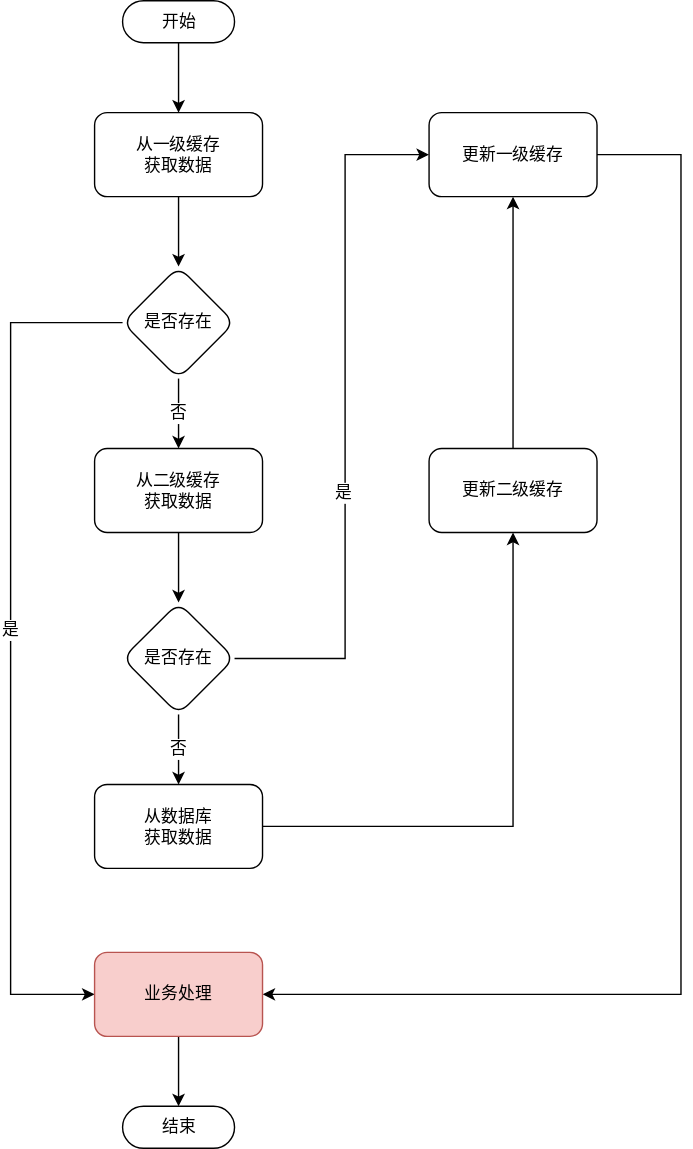
The draw.io diagram 二级缓存.drawio.svg in cdwxw/cdwxw, before a commit. Source tidied: cells renumbered, new cells last; positions are measured from the earlier drawing's top-left corner, leaving out a move shared by most shapes. Its diagram source:
```xml
<mxGraphModel>
  <root>
    <mxCell id="0" />
    <mxCell id="1" parent="0" />
    <mxCell id="2" style="edgeStyle=orthogonalEdgeStyle;rounded=0;jettySize=auto;html=1;fontFamily=Helvetica;fontSize=12;fontColor=default;" parent="1" edge="1" source="3" target="5">
      <mxGeometry relative="1" as="geometry" />
    </mxCell>
    <mxCell id="3" value="开始" style="html=1;dashed=0;whitespace=wrap;shape=mxgraph.dfd.start;rounded=1;shadow=0;glass=0;fontFamily=Helvetica;fontSize=12;fontColor=default;strokeColor=default;strokeWidth=1;fillColor=default;sketch=0;" parent="1" vertex="1">
      <mxGeometry x="80" width="80" height="30" as="geometry" />
    </mxCell>
    <mxCell id="4" style="edgeStyle=orthogonalEdgeStyle;rounded=0;jettySize=auto;html=1;fontFamily=Helvetica;fontSize=12;fontColor=default;" parent="1" edge="1" source="5" target="9">
      <mxGeometry relative="1" as="geometry" />
    </mxCell>
    <mxCell id="5" value="从一级缓存&lt;br&gt;获取数据" style="whiteSpace=wrap;html=1;dashed=0;rounded=1;shadow=0;glass=0;strokeWidth=1;sketch=0;" parent="1" vertex="1">
      <mxGeometry x="60" y="80" width="120" height="60" as="geometry" />
    </mxCell>
    <mxCell id="6" value="否" style="edgeStyle=orthogonalEdgeStyle;rounded=0;jettySize=auto;html=1;fontFamily=Helvetica;fontSize=12;fontColor=default;" parent="1" edge="1" source="9" target="11">
      <mxGeometry relative="1" as="geometry" />
    </mxCell>
    <mxCell id="7" style="edgeStyle=orthogonalEdgeStyle;rounded=0;jettySize=auto;html=1;exitX=0;exitY=0.5;exitDx=0;exitDy=0;entryX=0;entryY=0.5;entryDx=0;entryDy=0;fontFamily=Helvetica;fontSize=12;fontColor=default;" parent="1" edge="1" source="9" target="23">
      <mxGeometry relative="1" as="geometry">
        <Array as="points">
          <mxPoint y="230" />
          <mxPoint y="710" />
        </Array>
      </mxGeometry>
    </mxCell>
    <mxCell id="8" value="是" style="edgeLabel;html=1;align=center;verticalAlign=middle;fontSize=12;fontFamily=Helvetica;fontColor=default;" parent="7" vertex="1">
      <mxGeometry x="-0.03" y="-1" relative="1" as="geometry" />
    </mxCell>
    <mxCell id="9" value="是否存在" style="rhombus;whiteSpace=wrap;html=1;dashed=0;rounded=1;shadow=0;glass=0;strokeWidth=1;sketch=0;" parent="1" vertex="1">
      <mxGeometry x="80" y="190" width="80" height="80" as="geometry" />
    </mxCell>
    <mxCell id="10" style="edgeStyle=orthogonalEdgeStyle;rounded=0;jettySize=auto;html=1;fontFamily=Helvetica;fontSize=12;fontColor=default;" parent="1" edge="1" source="11" target="15">
      <mxGeometry relative="1" as="geometry" />
    </mxCell>
    <mxCell id="11" value="从二级缓存&lt;br&gt;获取数据" style="whiteSpace=wrap;html=1;dashed=0;rounded=1;shadow=0;glass=0;strokeWidth=1;sketch=0;" parent="1" vertex="1">
      <mxGeometry x="60" y="320" width="120" height="60" as="geometry" />
    </mxCell>
    <mxCell id="12" value="否" style="edgeStyle=orthogonalEdgeStyle;rounded=0;jettySize=auto;html=1;fontFamily=Helvetica;fontSize=12;fontColor=default;" parent="1" edge="1" source="15" target="17">
      <mxGeometry relative="1" as="geometry" />
    </mxCell>
    <mxCell id="13" style="edgeStyle=orthogonalEdgeStyle;rounded=0;jettySize=auto;html=1;exitX=1;exitY=0.5;exitDx=0;exitDy=0;entryX=0;entryY=0.5;entryDx=0;entryDy=0;fontFamily=Helvetica;fontSize=12;fontColor=default;" parent="1" edge="1" source="15" target="21">
      <mxGeometry relative="1" as="geometry">
        <Array as="points">
          <mxPoint x="239" y="470" />
          <mxPoint x="239" y="110" />
        </Array>
      </mxGeometry>
    </mxCell>
    <mxCell id="14" value="是" style="edgeLabel;html=1;align=center;verticalAlign=middle;fontSize=12;fontFamily=Helvetica;fontColor=default;" parent="13" vertex="1">
      <mxGeometry x="-0.21" y="2" relative="1" as="geometry" />
    </mxCell>
    <mxCell id="15" value="是否存在" style="rhombus;whiteSpace=wrap;html=1;dashed=0;rounded=1;shadow=0;glass=0;strokeWidth=1;sketch=0;" parent="1" vertex="1">
      <mxGeometry x="80" y="430" width="80" height="80" as="geometry" />
    </mxCell>
    <mxCell id="16" style="edgeStyle=orthogonalEdgeStyle;rounded=0;jettySize=auto;html=1;fontFamily=Helvetica;fontSize=12;fontColor=default;" parent="1" edge="1" source="17" target="19">
      <mxGeometry relative="1" as="geometry" />
    </mxCell>
    <mxCell id="17" value="从数据库&lt;br&gt;获取数据" style="whiteSpace=wrap;html=1;dashed=0;rounded=1;shadow=0;glass=0;strokeWidth=1;sketch=0;" parent="1" vertex="1">
      <mxGeometry x="60" y="560" width="120" height="60" as="geometry" />
    </mxCell>
    <mxCell id="18" style="edgeStyle=orthogonalEdgeStyle;rounded=0;jettySize=auto;html=1;fontFamily=Helvetica;fontSize=12;fontColor=default;" parent="1" edge="1" source="19" target="21">
      <mxGeometry relative="1" as="geometry" />
    </mxCell>
    <mxCell id="19" value="更新二级缓存" style="whiteSpace=wrap;html=1;dashed=0;rounded=1;shadow=0;glass=0;strokeWidth=1;sketch=0;" parent="1" vertex="1">
      <mxGeometry x="299" y="320" width="120" height="60" as="geometry" />
    </mxCell>
    <mxCell id="20" style="edgeStyle=orthogonalEdgeStyle;rounded=0;jettySize=auto;html=1;exitX=1;exitY=0.5;exitDx=0;exitDy=0;entryX=1;entryY=0.5;entryDx=0;entryDy=0;fontFamily=Helvetica;fontSize=12;fontColor=default;" parent="1" edge="1" source="21" target="23">
      <mxGeometry relative="1" as="geometry">
        <Array as="points">
          <mxPoint x="479" y="110" />
          <mxPoint x="479" y="710" />
        </Array>
      </mxGeometry>
    </mxCell>
    <mxCell id="21" value="更新一级缓存" style="whiteSpace=wrap;html=1;dashed=0;rounded=1;shadow=0;glass=0;strokeWidth=1;sketch=0;" parent="1" vertex="1">
      <mxGeometry x="299" y="80" width="120" height="60" as="geometry" />
    </mxCell>
    <mxCell id="22" style="edgeStyle=orthogonalEdgeStyle;rounded=0;jettySize=auto;html=1;exitX=0.5;exitY=1;exitDx=0;exitDy=0;entryX=0.5;entryY=0.5;entryDx=0;entryDy=-15;entryPerimeter=0;fontFamily=Helvetica;fontSize=12;fontColor=default;" parent="1" edge="1" source="23" target="24">
      <mxGeometry relative="1" as="geometry" />
    </mxCell>
    <mxCell id="23" value="业务处理" style="whiteSpace=wrap;html=1;dashed=0;rounded=1;shadow=0;glass=0;strokeWidth=1;sketch=0;fillColor=#f8cecc;strokeColor=#b85450;" parent="1" vertex="1">
      <mxGeometry x="60" y="680" width="120" height="60" as="geometry" />
    </mxCell>
    <mxCell id="24" value="结束" style="html=1;dashed=0;whitespace=wrap;shape=mxgraph.dfd.start;rounded=1;shadow=0;glass=0;sketch=0;fontFamily=Helvetica;fontSize=12;fontColor=default;strokeColor=default;strokeWidth=1;fillColor=default;" parent="1" vertex="1">
      <mxGeometry x="80" y="790" width="80" height="30" as="geometry" />
    </mxCell>
  </root>
</mxGraphModel>
```
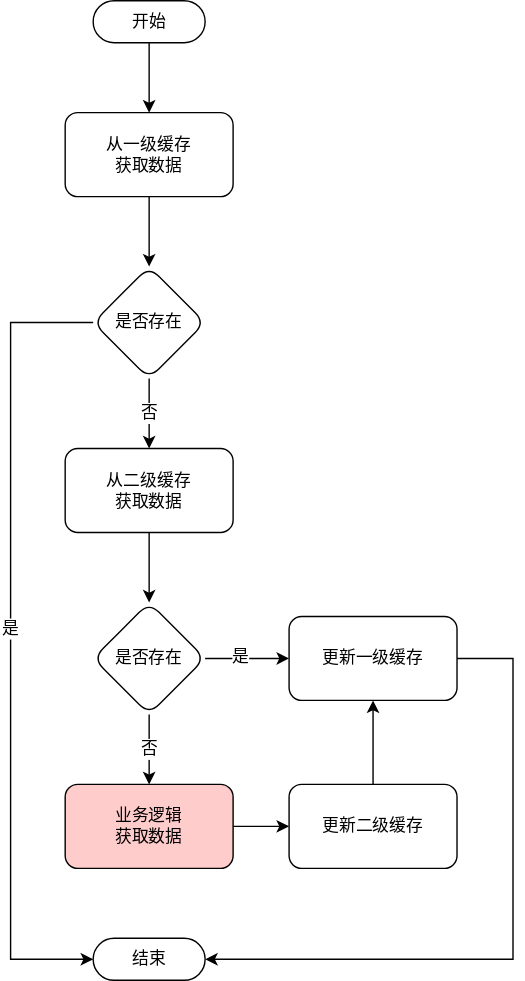
After the commit.

Change to the diagram source:
```diff
@@ -17,11 +17,11 @@
     <mxCell id="6" value="否" style="edgeStyle=orthogonalEdgeStyle;rounded=0;jettySize=auto;html=1;fontFamily=Helvetica;fontSize=12;fontColor=default;" parent="1" edge="1" source="9" target="11">
       <mxGeometry relative="1" as="geometry" />
     </mxCell>
-    <mxCell id="7" style="edgeStyle=orthogonalEdgeStyle;rounded=0;jettySize=auto;html=1;exitX=0;exitY=0.5;exitDx=0;exitDy=0;entryX=0;entryY=0.5;entryDx=0;entryDy=0;fontFamily=Helvetica;fontSize=12;fontColor=default;" parent="1" edge="1" source="9" target="23">
+    <mxCell id="7" style="edgeStyle=orthogonalEdgeStyle;rounded=0;jettySize=auto;html=1;exitX=0;exitY=0.5;exitDx=0;exitDy=0;fontFamily=Helvetica;fontSize=12;fontColor=default;" parent="1" edge="1" source="9" target="24">
       <mxGeometry relative="1" as="geometry">
         <Array as="points">
-          <mxPoint y="230" />
-          <mxPoint y="710" />
+          <mxPoint x="21" y="230" />
+          <mxPoint x="21" y="685" />
         </Array>
       </mxGeometry>
     </mxCell>
@@ -40,13 +40,8 @@
     <mxCell id="12" value="否" style="edgeStyle=orthogonalEdgeStyle;rounded=0;jettySize=auto;html=1;fontFamily=Helvetica;fontSize=12;fontColor=default;" parent="1" edge="1" source="15" target="17">
       <mxGeometry relative="1" as="geometry" />
     </mxCell>
-    <mxCell id="13" style="edgeStyle=orthogonalEdgeStyle;rounded=0;jettySize=auto;html=1;exitX=1;exitY=0.5;exitDx=0;exitDy=0;entryX=0;entryY=0.5;entryDx=0;entryDy=0;fontFamily=Helvetica;fontSize=12;fontColor=default;" parent="1" edge="1" source="15" target="21">
-      <mxGeometry relative="1" as="geometry">
-        <Array as="points">
-          <mxPoint x="239" y="470" />
-          <mxPoint x="239" y="110" />
-        </Array>
-      </mxGeometry>
+    <mxCell id="13" style="edgeStyle=orthogonalEdgeStyle;rounded=0;jettySize=auto;html=1;exitX=1;exitY=0.5;exitDx=0;exitDy=0;fontFamily=Helvetica;fontSize=12;fontColor=default;" parent="1" edge="1" source="15" target="21">
+      <mxGeometry relative="1" as="geometry" />
     </mxCell>
     <mxCell id="14" value="是" style="edgeLabel;html=1;align=center;verticalAlign=middle;fontSize=12;fontFamily=Helvetica;fontColor=default;" parent="13" vertex="1">
       <mxGeometry x="-0.21" y="2" relative="1" as="geometry" />
@@ -57,34 +52,28 @@
     <mxCell id="16" style="edgeStyle=orthogonalEdgeStyle;rounded=0;jettySize=auto;html=1;fontFamily=Helvetica;fontSize=12;fontColor=default;" parent="1" edge="1" source="17" target="19">
       <mxGeometry relative="1" as="geometry" />
     </mxCell>
-    <mxCell id="17" value="从数据库&lt;br&gt;获取数据" style="whiteSpace=wrap;html=1;dashed=0;rounded=1;shadow=0;glass=0;strokeWidth=1;sketch=0;" parent="1" vertex="1">
+    <mxCell id="17" value="业务逻辑&lt;br&gt;获取数据" style="whiteSpace=wrap;html=1;dashed=0;rounded=1;shadow=0;glass=0;strokeWidth=1;sketch=0;fillColor=#FFCCCC;" parent="1" vertex="1">
       <mxGeometry x="60" y="560" width="120" height="60" as="geometry" />
     </mxCell>
     <mxCell id="18" style="edgeStyle=orthogonalEdgeStyle;rounded=0;jettySize=auto;html=1;fontFamily=Helvetica;fontSize=12;fontColor=default;" parent="1" edge="1" source="19" target="21">
       <mxGeometry relative="1" as="geometry" />
     </mxCell>
     <mxCell id="19" value="更新二级缓存" style="whiteSpace=wrap;html=1;dashed=0;rounded=1;shadow=0;glass=0;strokeWidth=1;sketch=0;" parent="1" vertex="1">
-      <mxGeometry x="299" y="320" width="120" height="60" as="geometry" />
+      <mxGeometry x="220" y="560" width="120" height="60" as="geometry" />
     </mxCell>
-    <mxCell id="20" style="edgeStyle=orthogonalEdgeStyle;rounded=0;jettySize=auto;html=1;exitX=1;exitY=0.5;exitDx=0;exitDy=0;entryX=1;entryY=0.5;entryDx=0;entryDy=0;fontFamily=Helvetica;fontSize=12;fontColor=default;" parent="1" edge="1" source="21" target="23">
+    <mxCell id="20" style="edgeStyle=orthogonalEdgeStyle;rounded=0;jettySize=auto;html=1;exitX=1;exitY=0.5;exitDx=0;exitDy=0;fontFamily=Helvetica;fontSize=12;fontColor=default;" parent="1" edge="1" source="21" target="24">
       <mxGeometry relative="1" as="geometry">
         <Array as="points">
-          <mxPoint x="479" y="110" />
-          <mxPoint x="479" y="710" />
+          <mxPoint x="380" y="470" />
+          <mxPoint x="380" y="685" />
         </Array>
       </mxGeometry>
     </mxCell>
     <mxCell id="21" value="更新一级缓存" style="whiteSpace=wrap;html=1;dashed=0;rounded=1;shadow=0;glass=0;strokeWidth=1;sketch=0;" parent="1" vertex="1">
-      <mxGeometry x="299" y="80" width="120" height="60" as="geometry" />
+      <mxGeometry x="220" y="440" width="120" height="60" as="geometry" />
     </mxCell>
-    <mxCell id="22" style="edgeStyle=orthogonalEdgeStyle;rounded=0;jettySize=auto;html=1;exitX=0.5;exitY=1;exitDx=0;exitDy=0;entryX=0.5;entryY=0.5;entryDx=0;entryDy=-15;entryPerimeter=0;fontFamily=Helvetica;fontSize=12;fontColor=default;" parent="1" edge="1" source="23" target="24">
-      <mxGeometry relative="1" as="geometry" />
-    </mxCell>
-    <mxCell id="23" value="业务处理" style="whiteSpace=wrap;html=1;dashed=0;rounded=1;shadow=0;glass=0;strokeWidth=1;sketch=0;fillColor=#f8cecc;strokeColor=#b85450;" parent="1" vertex="1">
-      <mxGeometry x="60" y="680" width="120" height="60" as="geometry" />
-    </mxCell>
     <mxCell id="24" value="结束" style="html=1;dashed=0;whitespace=wrap;shape=mxgraph.dfd.start;rounded=1;shadow=0;glass=0;sketch=0;fontFamily=Helvetica;fontSize=12;fontColor=default;strokeColor=default;strokeWidth=1;fillColor=default;" parent="1" vertex="1">
-      <mxGeometry x="80" y="790" width="80" height="30" as="geometry" />
+      <mxGeometry x="80" y="670" width="80" height="30" as="geometry" />
     </mxCell>
   </root>
 </mxGraphModel>
```
